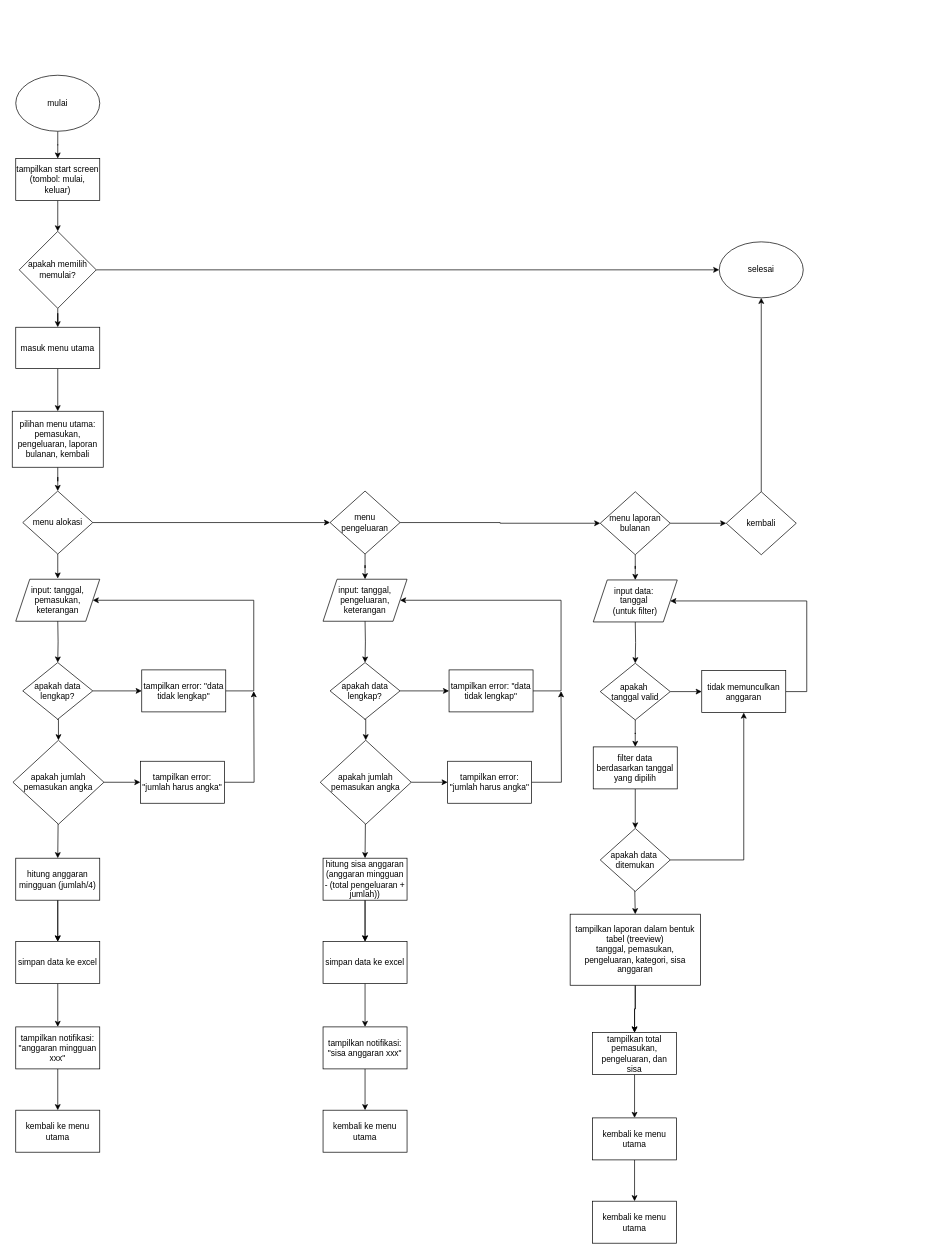
Before: Untitled Diagram.drawio in rinkaamelia/Kelompok-5-Sistem-Pencatat-Pengeluaran-Harian, a draw.io diagram. Source tidied: cells renumbered, new cells numbered last; positions are measured from the earlier drawing's top-left corner, leaving out a move shared by most shapes. Both pictures are drawn from the tidied source at 70%, with x=0, y=0 at pixel (12, 75).
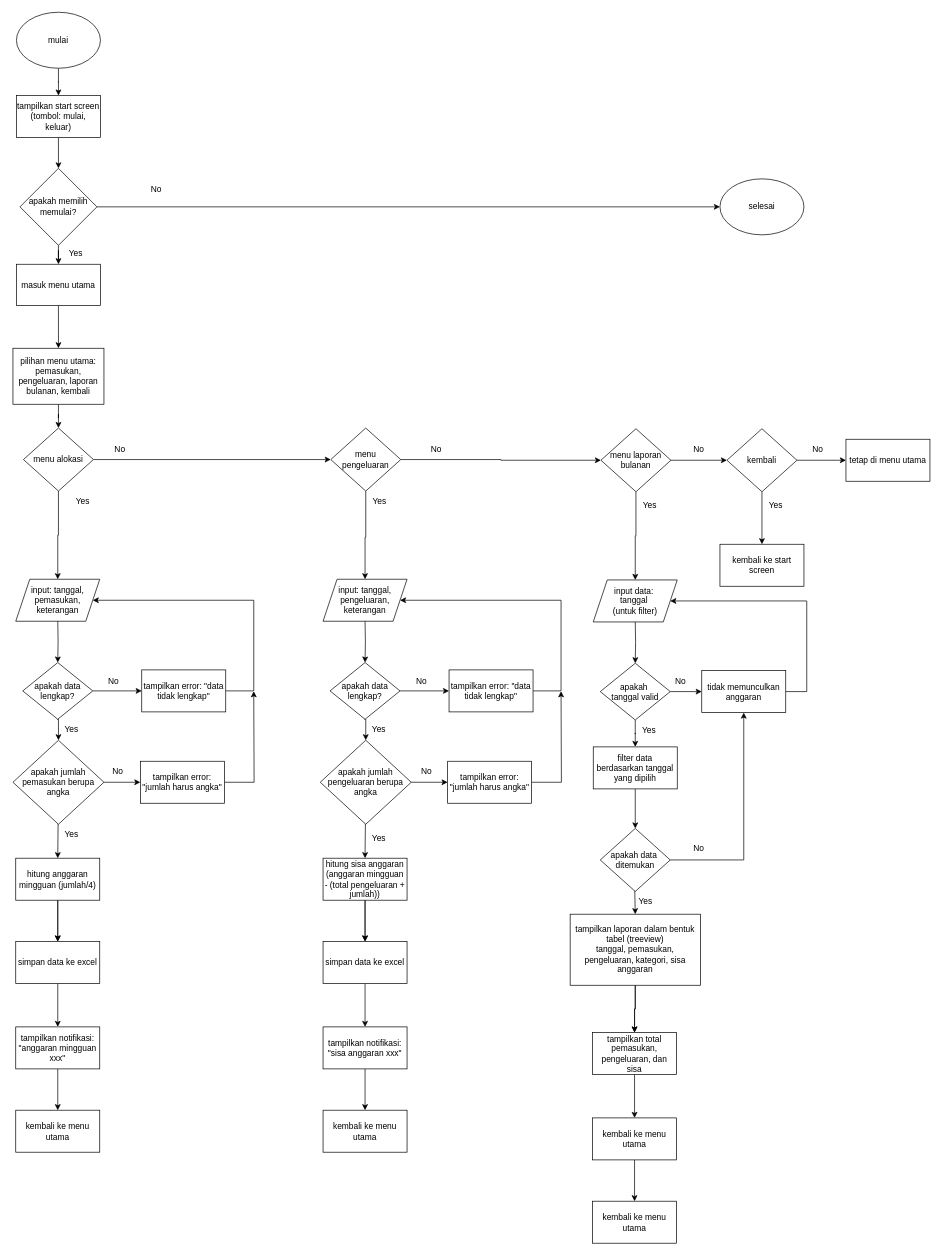
Above is the later version.

Unchanged cells that the change refers to:
```xml
<mxCell id="26" value="input: tanggal, pemasukan, keterangan" style="shape=parallelogram;perimeter=parallelogramPerimeter;whiteSpace=wrap;html=1;fixedSize=1;" parent="1" vertex="1">
  <mxGeometry x="5" y="720" width="120" height="60" as="geometry" />
</mxCell>
<mxCell id="49" value="input: tanggal, pengeluaran, keterangan" style="shape=parallelogram;perimeter=parallelogramPerimeter;whiteSpace=wrap;html=1;fixedSize=1;" parent="1" vertex="1">
  <mxGeometry x="444" y="720" width="120" height="60" as="geometry" />
</mxCell>
```

The edit, as a diff of the source:
```diff
@@
     <mxCell id="3" value="mulai" style="ellipse;whiteSpace=wrap;html=1;" parent="1" vertex="1">
-      <mxGeometry x="5" width="120" height="80" as="geometry" />
+      <mxGeometry x="6" y="-90" width="120" height="80" as="geometry" />
     </mxCell>
@@
     <mxCell id="5" value="tampilkan start screen (tombol: mulai, keluar)" style="whiteSpace=wrap;html=1;" parent="1" vertex="1">
-      <mxGeometry x="5" y="119" width="120" height="60" as="geometry" />
+      <mxGeometry x="6" y="29" width="120" height="60" as="geometry" />
     </mxCell>
@@
     <mxCell id="8" value="apakah memilih memulai?" style="rhombus;whiteSpace=wrap;html=1;" parent="1" vertex="1">
-      <mxGeometry x="10" y="223" width="110" height="110" as="geometry" />
+      <mxGeometry x="11" y="133" width="110" height="110" as="geometry" />
     </mxCell>
@@
     <mxCell id="10" value="masuk menu utama" style="whiteSpace=wrap;html=1;" parent="1" vertex="1">
-      <mxGeometry x="5" y="360" width="120" height="59" as="geometry" />
+      <mxGeometry x="6" y="270" width="120" height="59" as="geometry" />
     </mxCell>
@@
     <mxCell id="12" value="pilihan menu utama:&lt;div&gt;pemasukan, pengeluaran, laporan bulanan, kembali&lt;/div&gt;" style="whiteSpace=wrap;html=1;" parent="1" vertex="1">
-      <mxGeometry y="480" width="130" height="80" as="geometry" />
+      <mxGeometry x="1" y="390" width="130" height="80" as="geometry" />
     </mxCell>
-    <mxCell id="13" style="edgeStyle=orthogonalEdgeStyle;rounded=0;jettySize=auto;html=1;" parent="1" edge="1" source="15">
-      <mxGeometry relative="1" as="geometry">
-        <mxPoint x="65" y="719" as="targetPoint" />
-      </mxGeometry>
+    <mxCell id="13" style="edgeStyle=orthogonalEdgeStyle;rounded=0;jettySize=auto;html=1;entryX=0.5;entryY=0;entryDx=0;entryDy=0;" parent="1" edge="1" source="15" target="26">
+      <mxGeometry relative="1" as="geometry" />
     </mxCell>
@@
     <mxCell id="15" value="menu alokasi" style="rhombus;whiteSpace=wrap;html=1;" parent="1" vertex="1">
-      <mxGeometry x="15" y="594" width="100" height="90" as="geometry" />
+      <mxGeometry x="16" y="504" width="100" height="90" as="geometry" />
     </mxCell>
@@
-    <mxCell id="33" value="apakah jumlah pemasukan angka" style="rhombus;whiteSpace=wrap;html=1;" parent="1" vertex="1">
+    <mxCell id="33" value="apakah jumlah pemasukan berupa angka" style="rhombus;whiteSpace=wrap;html=1;" parent="1" vertex="1">
       <mxGeometry x="1" y="950" width="130" height="120" as="geometry" />
     </mxCell>
@@
     <mxCell id="36" style="edgeStyle=orthogonalEdgeStyle;rounded=0;jettySize=auto;html=1;entryX=0.5;entryY=0;entryDx=0;entryDy=0;" parent="1" edge="1" source="38" target="49">
-      <mxGeometry relative="1" as="geometry" />
+      <mxGeometry relative="1" as="geometry">
+        <Array as="points">
+          <mxPoint x="505" y="660" />
+          <mxPoint x="504" y="660" />
+        </Array>
+      </mxGeometry>
     </mxCell>
@@
     <mxCell id="38" value="menu pengeluaran" style="rhombus;whiteSpace=wrap;html=1;" parent="1" vertex="1">
-      <mxGeometry x="454" y="594" width="100" height="90" as="geometry" />
+      <mxGeometry x="455" y="504" width="100" height="90" as="geometry" />
     </mxCell>
@@
-    <mxCell id="56" value="apakah jumlah pemasukan angka" style="rhombus;whiteSpace=wrap;html=1;" parent="1" vertex="1">
+    <mxCell id="56" value="apakah jumlah pengeluaran berupa angka" style="rhombus;whiteSpace=wrap;html=1;" parent="1" vertex="1">
       <mxGeometry x="440" y="950" width="130" height="120" as="geometry" />
     </mxCell>
@@
     <mxCell id="61" value="menu laporan bulanan" style="rhombus;whiteSpace=wrap;html=1;" parent="1" vertex="1">
-      <mxGeometry x="840" y="595" width="100" height="90" as="geometry" />
+      <mxGeometry x="841" y="505" width="100" height="90" as="geometry" />
     </mxCell>
@@
-    <mxCell id="82" style="edgeStyle=orthogonalEdgeStyle;rounded=0;jettySize=auto;html=1;entryX=0.5;entryY=1;entryDx=0;entryDy=0;" parent="1" edge="1" source="83" target="84">
-      <mxGeometry relative="1" as="geometry" />
-    </mxCell>
+    <mxCell id="85" style="edgeStyle=orthogonalEdgeStyle;rounded=0;jettySize=auto;html=1;" parent="1" edge="1" source="83" target="101">
+      <mxGeometry relative="1" as="geometry" />
+    </mxCell>
+    <mxCell id="86" style="edgeStyle=orthogonalEdgeStyle;rounded=0;jettySize=auto;html=1;" parent="1" edge="1" source="83" target="102">
+      <mxGeometry relative="1" as="geometry" />
+    </mxCell>
     <mxCell id="83" value="kembali" style="rhombus;whiteSpace=wrap;html=1;" parent="1" vertex="1">
-      <mxGeometry x="1020" y="595" width="100" height="90" as="geometry" />
+      <mxGeometry x="1021" y="505" width="100" height="90" as="geometry" />
     </mxCell>
     <mxCell id="84" value="selesai" style="ellipse;whiteSpace=wrap;html=1;" parent="1" vertex="1">
-      <mxGeometry x="1010" y="238" width="120" height="80" as="geometry" />
+      <mxGeometry x="1011" y="148" width="120" height="80" as="geometry" />
     </mxCell>
+    <mxCell id="87" value="Yes" style="text;strokeColor=none;align=center;fillColor=none;html=1;verticalAlign=middle;whiteSpace=wrap;rounded=0;" parent="1" vertex="1">
+      <mxGeometry x="61" y="240" width="60" height="30" as="geometry" />
+    </mxCell>
+    <mxCell id="88" value="No" style="text;strokeColor=none;align=center;fillColor=none;html=1;verticalAlign=middle;whiteSpace=wrap;rounded=0;" parent="1" vertex="1">
+      <mxGeometry x="176" y="148" width="60" height="30" as="geometry" />
+    </mxCell>
+    <mxCell id="89" value="Yes" style="text;strokeColor=none;align=center;fillColor=none;html=1;verticalAlign=middle;whiteSpace=wrap;rounded=0;" parent="1" vertex="1">
+      <mxGeometry x="71" y="594" width="60" height="30" as="geometry" />
+    </mxCell>
+    <mxCell id="90" value="Yes" style="text;strokeColor=none;align=center;fillColor=none;html=1;verticalAlign=middle;whiteSpace=wrap;rounded=0;" parent="1" vertex="1">
+      <mxGeometry x="495" y="594" width="60" height="30" as="geometry" />
+    </mxCell>
+    <mxCell id="91" value="Yes" style="text;strokeColor=none;align=center;fillColor=none;html=1;verticalAlign=middle;whiteSpace=wrap;rounded=0;" parent="1" vertex="1">
+      <mxGeometry x="881" y="600" width="60" height="30" as="geometry" />
+    </mxCell>
+    <mxCell id="92" value="Yes" style="text;strokeColor=none;align=center;fillColor=none;html=1;verticalAlign=middle;whiteSpace=wrap;rounded=0;" parent="1" vertex="1">
+      <mxGeometry x="55" y="920" width="60" height="30" as="geometry" />
+    </mxCell>
+    <mxCell id="93" value="Yes" style="text;strokeColor=none;align=center;fillColor=none;html=1;verticalAlign=middle;whiteSpace=wrap;rounded=0;" parent="1" vertex="1">
+      <mxGeometry x="494" y="920" width="60" height="30" as="geometry" />
+    </mxCell>
+    <mxCell id="94" value="Yes" style="text;strokeColor=none;align=center;fillColor=none;html=1;verticalAlign=middle;whiteSpace=wrap;rounded=0;" parent="1" vertex="1">
+      <mxGeometry x="880" y="921" width="60" height="30" as="geometry" />
+    </mxCell>
+    <mxCell id="95" value="Yes" style="text;strokeColor=none;align=center;fillColor=none;html=1;verticalAlign=middle;whiteSpace=wrap;rounded=0;" parent="1" vertex="1">
+      <mxGeometry x="494" y="1076" width="60" height="30" as="geometry" />
+    </mxCell>
+    <mxCell id="96" value="Yes" style="text;strokeColor=none;align=center;fillColor=none;html=1;verticalAlign=middle;whiteSpace=wrap;rounded=0;" parent="1" vertex="1">
+      <mxGeometry x="875" y="1166" width="60" height="30" as="geometry" />
+    </mxCell>
+    <mxCell id="97" value="Yes" style="text;strokeColor=none;align=center;fillColor=none;html=1;verticalAlign=middle;whiteSpace=wrap;rounded=0;" parent="1" vertex="1">
+      <mxGeometry x="55" y="1070" width="60" height="30" as="geometry" />
+    </mxCell>
+    <mxCell id="98" value="No" style="text;strokeColor=none;align=center;fillColor=none;html=1;verticalAlign=middle;whiteSpace=wrap;rounded=0;" parent="1" vertex="1">
+      <mxGeometry x="124" y="520" width="60" height="30" as="geometry" />
+    </mxCell>
+    <mxCell id="99" value="No" style="text;strokeColor=none;align=center;fillColor=none;html=1;verticalAlign=middle;whiteSpace=wrap;rounded=0;" parent="1" vertex="1">
+      <mxGeometry x="576" y="520" width="60" height="30" as="geometry" />
+    </mxCell>
+    <mxCell id="100" value="No" style="text;strokeColor=none;align=center;fillColor=none;html=1;verticalAlign=middle;whiteSpace=wrap;rounded=0;" parent="1" vertex="1">
+      <mxGeometry x="951" y="520" width="60" height="30" as="geometry" />
+    </mxCell>
+    <mxCell id="101" value="tetap di menu utama" style="whiteSpace=wrap;html=1;" parent="1" vertex="1">
+      <mxGeometry x="1191" y="520" width="120" height="60" as="geometry" />
+    </mxCell>
+    <mxCell id="102" value="kembali ke start screen" style="whiteSpace=wrap;html=1;" parent="1" vertex="1">
+      <mxGeometry x="1011" y="670" width="120" height="60" as="geometry" />
+    </mxCell>
+    <mxCell id="103" value="Yes" style="text;strokeColor=none;align=center;fillColor=none;html=1;verticalAlign=middle;whiteSpace=wrap;rounded=0;" parent="1" vertex="1">
+      <mxGeometry x="1061" y="600" width="60" height="30" as="geometry" />
+    </mxCell>
+    <mxCell id="104" value="No" style="text;strokeColor=none;align=center;fillColor=none;html=1;verticalAlign=middle;whiteSpace=wrap;rounded=0;" parent="1" vertex="1">
+      <mxGeometry x="1121" y="520" width="60" height="30" as="geometry" />
+    </mxCell>
+    <mxCell id="105" value="No" style="text;strokeColor=none;align=center;fillColor=none;html=1;verticalAlign=middle;whiteSpace=wrap;rounded=0;" parent="1" vertex="1">
+      <mxGeometry x="115" y="850.5" width="60" height="30" as="geometry" />
+    </mxCell>
+    <mxCell id="106" value="No" style="text;strokeColor=none;align=center;fillColor=none;html=1;verticalAlign=middle;whiteSpace=wrap;rounded=0;" parent="1" vertex="1">
+      <mxGeometry x="555" y="850.5" width="60" height="30" as="geometry" />
+    </mxCell>
+    <mxCell id="107" value="No" style="text;strokeColor=none;align=center;fillColor=none;html=1;verticalAlign=middle;whiteSpace=wrap;rounded=0;" parent="1" vertex="1">
+      <mxGeometry x="562" y="980" width="60" height="30" as="geometry" />
+    </mxCell>
+    <mxCell id="108" value="No" style="text;strokeColor=none;align=center;fillColor=none;html=1;verticalAlign=middle;whiteSpace=wrap;rounded=0;" parent="1" vertex="1">
+      <mxGeometry x="925" y="850.5" width="60" height="30" as="geometry" />
+    </mxCell>
+    <mxCell id="109" value="No" style="text;strokeColor=none;align=center;fillColor=none;html=1;verticalAlign=middle;whiteSpace=wrap;rounded=0;" parent="1" vertex="1">
+      <mxGeometry x="951" y="1088.5" width="60" height="30" as="geometry" />
+    </mxCell>
+    <mxCell id="110" value="No" style="text;strokeColor=none;align=center;fillColor=none;html=1;verticalAlign=middle;whiteSpace=wrap;rounded=0;" parent="1" vertex="1">
+      <mxGeometry x="121" y="980" width="60" height="30" as="geometry" />
+    </mxCell>
```
